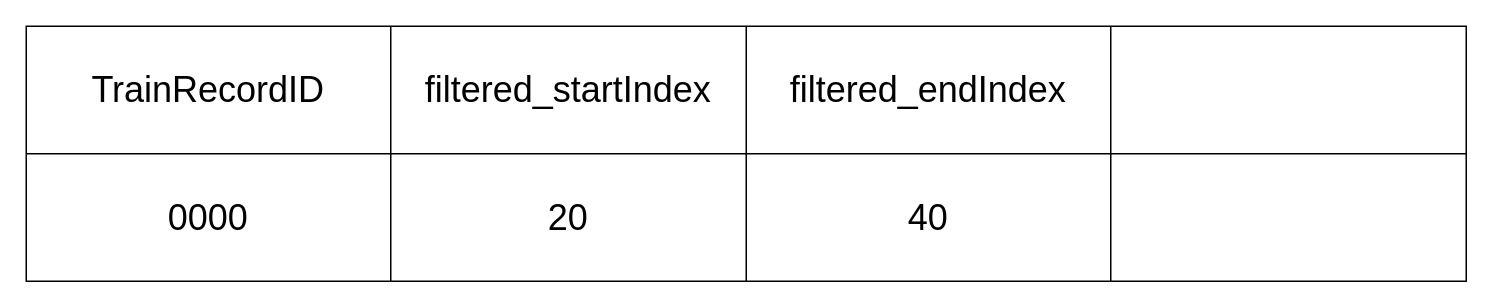
The draw.io diagram page "database design" (18 of 18) of gpsDataAnalysisFunctionDesion.drawio in pengzhen80/PigeonRace, before the edit. Source tidied: cells renumbered, new cells numbered last; positions are measured from the earlier drawing's top-left corner, leaving out a move shared by most shapes. Both pictures are drawn from the tidied source at 150%, with x=0, y=0 at pixel (26, 26).
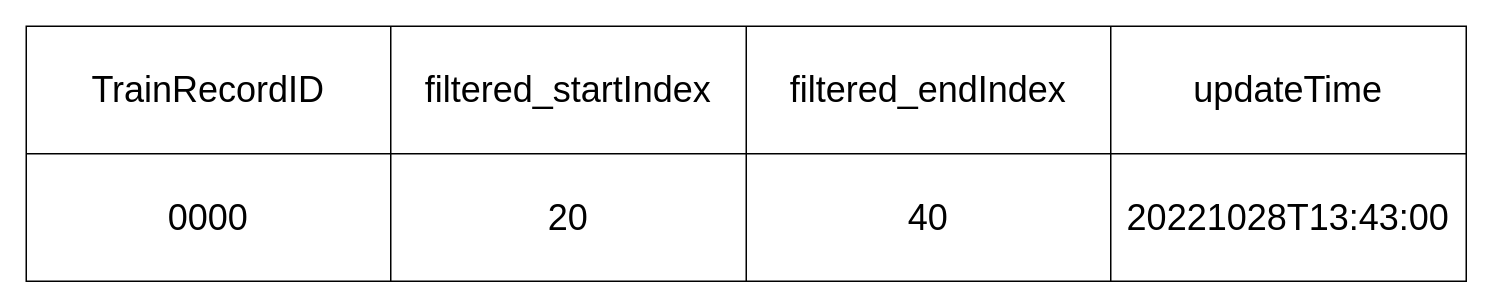
Above is the later version.

The edit, as a diff of the source:
```diff
@@
 <mxGraphModel>
   <root>
     <mxCell id="0" />
     <mxCell id="1" parent="0" />
     <mxCell id="2" style="shape=table;startSize=0;childLayout=tableLayout;" parent="1" vertex="1">
       <mxGeometry width="960" height="170" as="geometry" />
     </mxCell>
     <mxCell id="3" style="shape=tableRow;horizontal=0;startSize=0;swimlaneHead=0;swimlaneBody=0;top=0;left=0;bottom=0;right=0;fillColor=none;" parent="2" vertex="1">
       <mxGeometry width="960" height="85" as="geometry" />
     </mxCell>
     <mxCell id="4" value="&lt;font style=&quot;font-size: 24px;&quot;&gt;TrainRecordID&lt;/font&gt;" style="shape=partialRectangle;html=1;whiteSpace=wrap;overflow=hidden;fillColor=none;top=0;left=0;bottom=0;right=0;" parent="3" vertex="1">
       <mxGeometry width="243" height="85" as="geometry" />
     </mxCell>
     <mxCell id="5" value="&lt;font style=&quot;font-size: 24px;&quot;&gt;filtered_startIndex&lt;/font&gt;" style="shape=partialRectangle;html=1;whiteSpace=wrap;overflow=hidden;fillColor=none;top=0;left=0;bottom=0;right=0;" parent="3" vertex="1">
       <mxGeometry x="243" width="237" height="85" as="geometry" />
     </mxCell>
     <mxCell id="6" value="&lt;span style=&quot;font-size: 24px;&quot;&gt;filtered_endIndex&lt;/span&gt;" style="shape=partialRectangle;html=1;whiteSpace=wrap;overflow=hidden;fillColor=none;top=0;left=0;bottom=0;right=0;" parent="3" vertex="1">
       <mxGeometry x="480" width="243" height="85" as="geometry" />
     </mxCell>
-    <mxCell id="7" style="shape=partialRectangle;html=1;whiteSpace=wrap;overflow=hidden;fillColor=none;top=0;left=0;bottom=0;right=0;" parent="3" vertex="1">
+    <mxCell id="7" value="&lt;font style=&quot;font-size: 24px;&quot;&gt;updateTime&lt;/font&gt;" style="shape=partialRectangle;html=1;whiteSpace=wrap;overflow=hidden;fillColor=none;top=0;left=0;bottom=0;right=0;" parent="3" vertex="1">
       <mxGeometry x="723" width="237" height="85" as="geometry" />
     </mxCell>
     <mxCell id="8" style="shape=tableRow;horizontal=0;startSize=0;swimlaneHead=0;swimlaneBody=0;top=0;left=0;bottom=0;right=0;fillColor=none;" parent="2" vertex="1">
       <mxGeometry y="85" width="960" height="85" as="geometry" />
     </mxCell>
     <mxCell id="9" value="&lt;font style=&quot;font-size: 24px;&quot;&gt;0000&lt;/font&gt;" style="shape=partialRectangle;html=1;whiteSpace=wrap;overflow=hidden;fillColor=none;top=0;left=0;bottom=0;right=0;" parent="8" vertex="1">
       <mxGeometry width="243" height="85" as="geometry" />
     </mxCell>
     <mxCell id="10" value="&lt;font style=&quot;font-size: 24px;&quot;&gt;20&lt;/font&gt;" style="shape=partialRectangle;html=1;whiteSpace=wrap;overflow=hidden;fillColor=none;top=0;left=0;bottom=0;right=0;" parent="8" vertex="1">
       <mxGeometry x="243" width="237" height="85" as="geometry" />
     </mxCell>
     <mxCell id="11" value="&lt;font style=&quot;font-size: 24px;&quot;&gt;40&lt;/font&gt;" style="shape=partialRectangle;html=1;whiteSpace=wrap;overflow=hidden;fillColor=none;top=0;left=0;bottom=0;right=0;" parent="8" vertex="1">
       <mxGeometry x="480" width="243" height="85" as="geometry" />
     </mxCell>
-    <mxCell id="12" style="shape=partialRectangle;html=1;whiteSpace=wrap;overflow=hidden;fillColor=none;top=0;left=0;bottom=0;right=0;" parent="8" vertex="1">
+    <mxCell id="12" value="&lt;font style=&quot;font-size: 24px;&quot;&gt;20221028T13:43:00&lt;/font&gt;" style="shape=partialRectangle;html=1;whiteSpace=wrap;overflow=hidden;fillColor=none;top=0;left=0;bottom=0;right=0;" parent="8" vertex="1">
       <mxGeometry x="723" width="237" height="85" as="geometry" />
     </mxCell>
   </root>
 </mxGraphModel>
```
